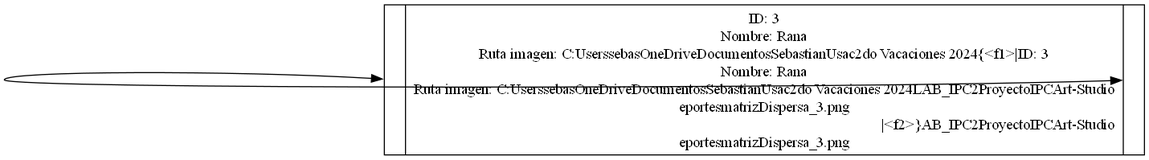
Before: reportes/Lista_Doble_IPC-001.png, a diagram exported from Graphviz (SebastianVelasquezValle/IPC2_ProyectoVD2024_-202300580). Its source is kept beside it as reportesdot/Lista_Doble_IPC-001.dot. The source it was exported from:
```dot
digraph G {
    rankdir=LR;
    node[shape=record, height=.1]
    nodo0[label="{<f1>|ID: 3\nNombre: Rana\nRuta imagen: C:\Users\sebas\OneDrive\Documentos\Sebastian\Usac\2do Vacaciones 2024\LAB_IPC2\Proyecto\IPCArt-Studio\reportes\matrizDispersa_3.png\n|<f2>}"];
nodo0:f1 -> nodo0:f2 [dir=both constraint=false];
}
```
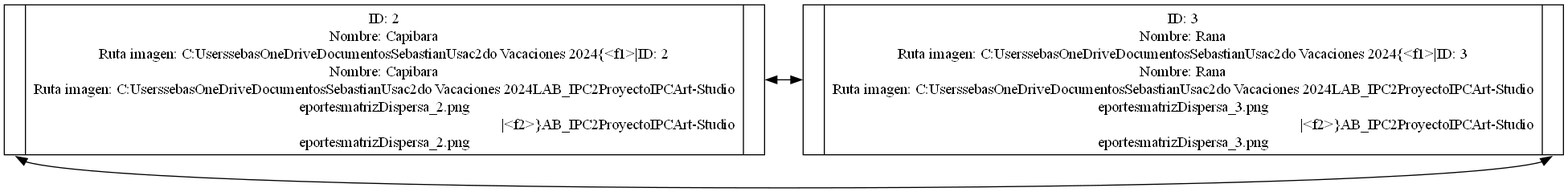
After the change.

Change to the diagram source:
```diff
@@ -1,6 +1,8 @@
 digraph G {
     rankdir=LR;
     node[shape=record, height=.1]
-    nodo0[label="{<f1>|ID: 3\nNombre: Rana\nRuta imagen: C:\Users\sebas\OneDrive\Documentos\Sebastian\Usac\2do Vacaciones 2024\LAB_IPC2\Proyecto\IPCArt-Studio\reportes\matrizDispersa_3.png\n|<f2>}"];
-nodo0:f1 -> nodo0:f2 [dir=both constraint=false];
+    nodo0[label="{<f1>|ID: 2\nNombre: Capibara\nRuta imagen: C:\Users\sebas\OneDrive\Documentos\Sebastian\Usac\2do Vacaciones 2024\LAB_IPC2\Proyecto\IPCArt-Studio\reportes\matrizDispersa_2.png\n|<f2>}"];
+nodo1[label="{<f1>|ID: 3\nNombre: Rana\nRuta imagen: C:\Users\sebas\OneDrive\Documentos\Sebastian\Usac\2do Vacaciones 2024\LAB_IPC2\Proyecto\IPCArt-Studio\reportes\matrizDispersa_3.png\n|<f2>}"];
+nodo0:f2 -> nodo1:f1[dir=both];
+nodo0:f1 -> nodo1:f2 [dir=both constraint=false];
 }
```
